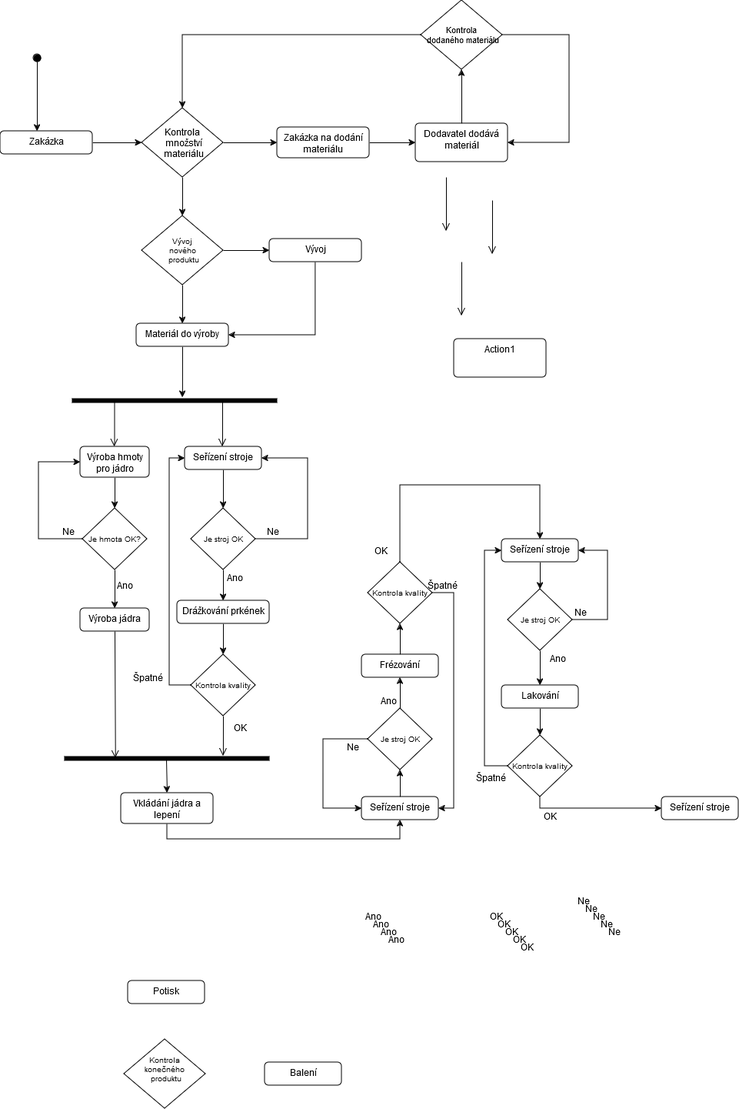
Above: SW_ING/Tuzka_Aktivity.png in KarelMasa/pg (draw.io), before the change. Source tidied: cells renumbered, new cells last; positions are measured from the earlier drawing's top-left corner, leaving out a move shared by most shapes.
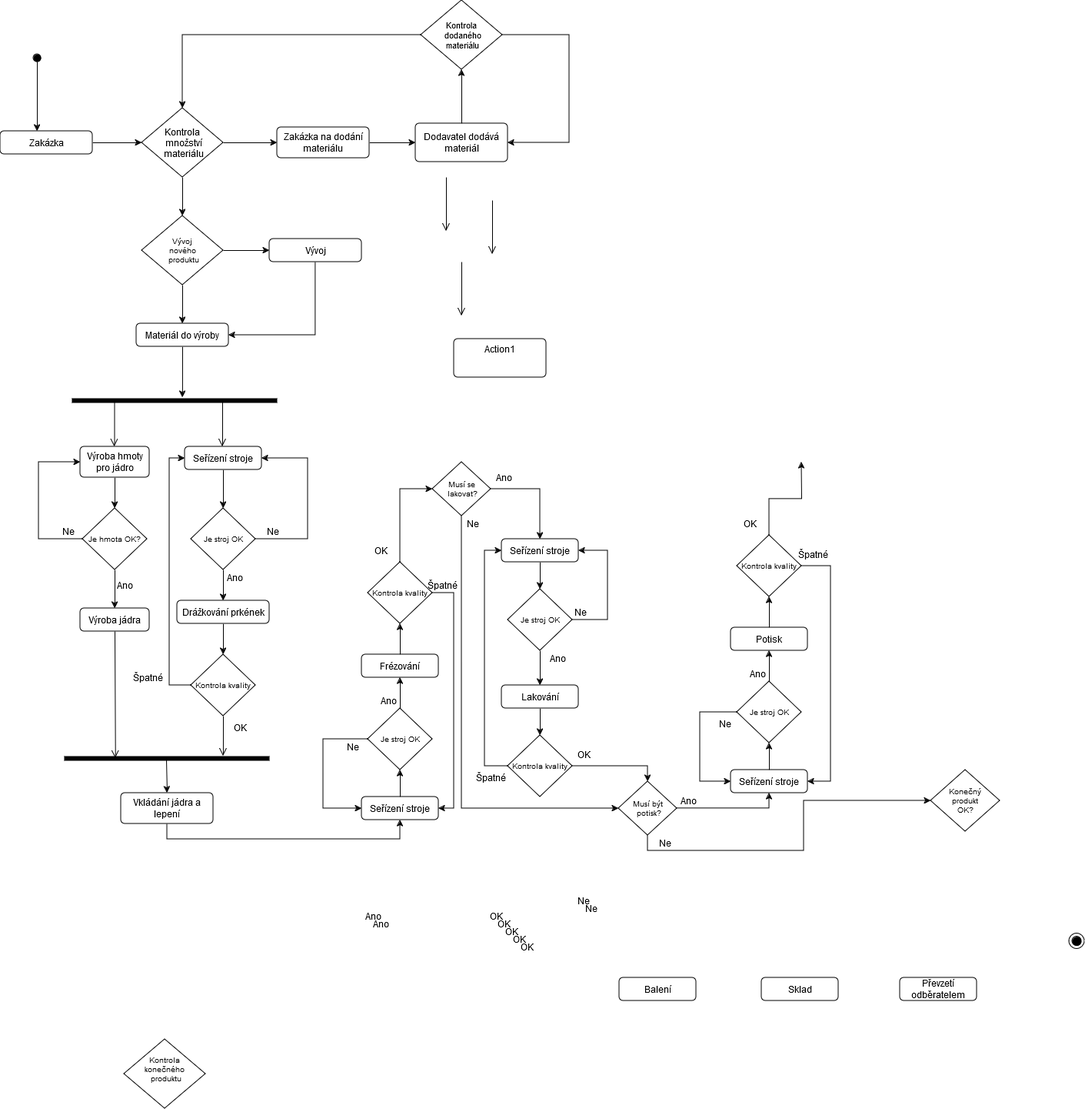
The same diagram one commit later.

What changed in the source:
```diff
@@ -7,3 +7,3 @@
     </mxCell>
-    <mxCell id="3" value="Zakázka" style="html=1;align=center;verticalAlign=top;rounded=1;absoluteArcSize=1;arcSize=10;dashed=0;whiteSpace=wrap;" parent="1" vertex="1">
+    <mxCell id="3" value="Zakázka" style="html=1;align=center;verticalAlign=middle;rounded=1;absoluteArcSize=1;arcSize=10;dashed=0;whiteSpace=wrap;" parent="1" vertex="1">
       <mxGeometry y="170" width="120" height="30" as="geometry" />
@@ -13,3 +13,3 @@
     </mxCell>
-    <mxCell id="5" value="Dodavatel dodává materiál" style="html=1;align=center;verticalAlign=top;rounded=1;absoluteArcSize=1;arcSize=10;dashed=0;whiteSpace=wrap;" parent="1" vertex="1">
+    <mxCell id="5" value="Dodavatel dodává materiál" style="html=1;align=center;verticalAlign=middle;rounded=1;absoluteArcSize=1;arcSize=10;dashed=0;whiteSpace=wrap;" parent="1" vertex="1">
       <mxGeometry x="540" y="160" width="120" height="50" as="geometry" />
@@ -19,3 +19,3 @@
     </mxCell>
-    <mxCell id="7" value="Zakázka na dodání materiálu" style="html=1;align=center;verticalAlign=top;rounded=1;absoluteArcSize=1;arcSize=10;dashed=0;whiteSpace=wrap;" parent="1" vertex="1">
+    <mxCell id="7" value="Zakázka na dodání materiálu" style="html=1;align=center;verticalAlign=middle;rounded=1;absoluteArcSize=1;arcSize=10;dashed=0;whiteSpace=wrap;" parent="1" vertex="1">
       <mxGeometry x="360" y="165" width="120" height="40" as="geometry" />
@@ -25,3 +25,3 @@
     </mxCell>
-    <mxCell id="9" value="Materiál do výroby" style="html=1;align=center;verticalAlign=top;rounded=1;absoluteArcSize=1;arcSize=10;dashed=0;whiteSpace=wrap;" parent="1" vertex="1">
+    <mxCell id="9" value="Materiál do výroby" style="html=1;align=center;verticalAlign=middle;rounded=1;absoluteArcSize=1;arcSize=10;dashed=0;whiteSpace=wrap;" parent="1" vertex="1">
       <mxGeometry x="177" y="420" width="120" height="30" as="geometry" />
@@ -35,3 +35,3 @@
     </mxCell>
-    <mxCell id="11" value="Vývoj" style="html=1;align=center;verticalAlign=top;rounded=1;absoluteArcSize=1;arcSize=10;dashed=0;whiteSpace=wrap;" parent="1" vertex="1">
+    <mxCell id="11" value="Vývoj" style="html=1;align=center;verticalAlign=middle;rounded=1;absoluteArcSize=1;arcSize=10;dashed=0;whiteSpace=wrap;" parent="1" vertex="1">
       <mxGeometry x="350" y="310" width="120" height="30" as="geometry" />
@@ -41,3 +41,3 @@
     </mxCell>
-    <mxCell id="13" value="Vkládání jádra a lepení" style="html=1;align=center;verticalAlign=top;rounded=1;absoluteArcSize=1;arcSize=10;dashed=0;whiteSpace=wrap;" parent="1" vertex="1">
+    <mxCell id="13" value="Vkládání jádra a lepení" style="html=1;align=center;verticalAlign=middle;rounded=1;absoluteArcSize=1;arcSize=10;dashed=0;whiteSpace=wrap;" parent="1" vertex="1">
       <mxGeometry x="157" y="1030" width="120" height="40" as="geometry" />
@@ -63,3 +63,3 @@
     </mxCell>
-    <mxCell id="19" value="Kontrola&#10; dodaného materiálu" style="rhombus;fontSize=11;" parent="1" vertex="1">
+    <mxCell id="19" value="Kontrola&#10; dodaného&#10; materiálu" style="rhombus;fontSize=11;" parent="1" vertex="1">
       <mxGeometry x="547" width="106" height="90" as="geometry" />
@@ -105,6 +105,6 @@
     </mxCell>
-    <mxCell id="30" value="Drážkování prkének" style="html=1;align=center;verticalAlign=top;rounded=1;absoluteArcSize=1;arcSize=10;dashed=0;whiteSpace=wrap;" parent="1" vertex="1">
+    <mxCell id="30" value="Drážkování prkének" style="html=1;align=center;verticalAlign=middle;rounded=1;absoluteArcSize=1;arcSize=10;dashed=0;whiteSpace=wrap;" parent="1" vertex="1">
       <mxGeometry x="230" y="780" width="120" height="30" as="geometry" />
     </mxCell>
-    <mxCell id="31" value="Výroba jádra" style="html=1;align=center;verticalAlign=top;rounded=1;absoluteArcSize=1;arcSize=10;dashed=0;whiteSpace=wrap;" parent="1" vertex="1">
+    <mxCell id="31" value="Výroba jádra" style="html=1;align=center;verticalAlign=middle;rounded=1;absoluteArcSize=1;arcSize=10;dashed=0;whiteSpace=wrap;" parent="1" vertex="1">
       <mxGeometry x="104" y="790" width="90" height="30" as="geometry" />
@@ -117,3 +117,3 @@
     </mxCell>
-    <mxCell id="34" value="Frézování" style="html=1;align=center;verticalAlign=top;rounded=1;absoluteArcSize=1;arcSize=10;dashed=0;whiteSpace=wrap;" parent="1" vertex="1">
+    <mxCell id="34" value="Frézování" style="html=1;align=center;verticalAlign=middle;rounded=1;absoluteArcSize=1;arcSize=10;dashed=0;whiteSpace=wrap;" parent="1" vertex="1">
       <mxGeometry x="470" y="850" width="100" height="30" as="geometry" />
@@ -141,10 +141,7 @@
     </mxCell>
-    <mxCell id="41" value="Lakování" style="html=1;align=center;verticalAlign=top;rounded=1;absoluteArcSize=1;arcSize=10;dashed=0;whiteSpace=wrap;" parent="1" vertex="1">
+    <mxCell id="41" value="Lakování" style="html=1;align=center;verticalAlign=middle;rounded=1;absoluteArcSize=1;arcSize=10;dashed=0;whiteSpace=wrap;" parent="1" vertex="1">
       <mxGeometry x="652" y="890" width="100" height="30" as="geometry" />
     </mxCell>
-    <mxCell id="42" value="Potisk" style="html=1;align=center;verticalAlign=top;rounded=1;absoluteArcSize=1;arcSize=10;dashed=0;whiteSpace=wrap;" parent="1" vertex="1">
-      <mxGeometry x="166" y="1274" width="100" height="30" as="geometry" />
-    </mxCell>
-    <mxCell id="43" value="Balení" style="html=1;align=center;verticalAlign=top;rounded=1;absoluteArcSize=1;arcSize=10;dashed=0;whiteSpace=wrap;" parent="1" vertex="1">
-      <mxGeometry x="344" y="1380" width="100" height="30" as="geometry" />
+    <mxCell id="43" value="Sklad" style="html=1;align=center;verticalAlign=middle;rounded=1;absoluteArcSize=1;arcSize=10;dashed=0;whiteSpace=wrap;" parent="1" vertex="1">
+      <mxGeometry x="990" y="1270" width="100" height="30" as="geometry" />
     </mxCell>
@@ -156,3 +153,3 @@
     </mxCell>
-    <mxCell id="46" value="Výroba hmoty pro jádro" style="html=1;align=center;verticalAlign=top;rounded=1;absoluteArcSize=1;arcSize=10;dashed=0;whiteSpace=wrap;" parent="1" vertex="1">
+    <mxCell id="46" value="Výroba hmoty pro jádro" style="html=1;align=center;verticalAlign=middle;rounded=1;absoluteArcSize=1;arcSize=10;dashed=0;whiteSpace=wrap;" parent="1" vertex="1">
       <mxGeometry x="104" y="580" width="90" height="40" as="geometry" />
@@ -187,3 +184,3 @@
     </mxCell>
-    <mxCell id="54" value="Seřízení stroje" style="html=1;align=center;verticalAlign=top;rounded=1;absoluteArcSize=1;arcSize=10;dashed=0;whiteSpace=wrap;" parent="1" vertex="1">
+    <mxCell id="54" value="Seřízení stroje" style="html=1;align=center;verticalAlign=middle;rounded=1;absoluteArcSize=1;arcSize=10;dashed=0;whiteSpace=wrap;" parent="1" vertex="1">
       <mxGeometry x="240" y="580" width="100" height="30" as="geometry" />
@@ -229,3 +226,3 @@
     </mxCell>
-    <mxCell id="65" value="Seřízení stroje" style="html=1;align=center;verticalAlign=top;rounded=1;absoluteArcSize=1;arcSize=10;dashed=0;whiteSpace=wrap;" parent="1" vertex="1">
+    <mxCell id="65" value="Seřízení stroje" style="html=1;align=center;verticalAlign=middle;rounded=1;absoluteArcSize=1;arcSize=10;dashed=0;whiteSpace=wrap;" parent="1" vertex="1">
       <mxGeometry x="470" y="1035" width="100" height="30" as="geometry" />
@@ -245,10 +242,2 @@
     </mxCell>
-    <mxCell id="69" style="edgeStyle=orthogonalEdgeStyle;rounded=0;jettySize=auto;html=1;entryX=0.5;entryY=0;entryDx=0;entryDy=0;exitX=0.5;exitY=0;exitDx=0;exitDy=0;" parent="1" edge="1" source="71" target="76">
-      <mxGeometry relative="1" as="geometry">
-        <Array as="points">
-          <mxPoint x="520" y="630" />
-          <mxPoint x="702" y="630" />
-        </Array>
-      </mxGeometry>
-    </mxCell>
     <mxCell id="70" style="edgeStyle=elbowEdgeStyle;rounded=0;jettySize=auto;html=1;entryX=1;entryY=0.5;entryDx=0;entryDy=0;" parent="1" edge="1" source="71" target="65">
@@ -260,2 +249,5 @@
     </mxCell>
+    <mxCell id="103" style="edgeStyle=orthogonalEdgeStyle;rounded=0;jettySize=auto;html=1;entryX=0;entryY=0.5;entryDx=0;entryDy=0;" parent="1" edge="1" source="71" target="108">
+      <mxGeometry relative="1" as="geometry" />
+    </mxCell>
     <mxCell id="71" value="Kontrola kvality" style="rhombus;fontSize=10;" parent="1" vertex="1">
@@ -279,12 +271,5 @@
     </mxCell>
-    <mxCell id="76" value="Seřízení stroje" style="html=1;align=center;verticalAlign=top;rounded=1;absoluteArcSize=1;arcSize=10;dashed=0;whiteSpace=wrap;" parent="1" vertex="1">
+    <mxCell id="76" value="Seřízení stroje" style="html=1;align=center;verticalAlign=middle;rounded=1;absoluteArcSize=1;arcSize=10;dashed=0;whiteSpace=wrap;" parent="1" vertex="1">
       <mxGeometry x="652" y="700" width="100" height="30" as="geometry" />
     </mxCell>
-    <mxCell id="77" style="edgeStyle=orthogonalEdgeStyle;rounded=0;jettySize=auto;html=1;entryX=0;entryY=0.5;entryDx=0;entryDy=0;exitX=0.5;exitY=1;exitDx=0;exitDy=0;" parent="1" edge="1" source="79" target="89">
-      <mxGeometry relative="1" as="geometry">
-        <Array as="points">
-          <mxPoint x="702" y="1050" />
-        </Array>
-      </mxGeometry>
-    </mxCell>
     <mxCell id="78" style="edgeStyle=elbowEdgeStyle;rounded=0;jettySize=auto;html=1;entryX=0;entryY=0.5;entryDx=0;entryDy=0;" parent="1" edge="1" source="79" target="76">
@@ -296,2 +281,5 @@
     </mxCell>
+    <mxCell id="104" style="edgeStyle=orthogonalEdgeStyle;rounded=0;jettySize=auto;html=1;entryX=0.5;entryY=0;entryDx=0;entryDy=0;" parent="1" edge="1" source="79" target="111">
+      <mxGeometry relative="1" as="geometry" />
+    </mxCell>
     <mxCell id="79" value="Kontrola kvality" style="rhombus;fontSize=10;" parent="1" vertex="1">
@@ -315,6 +303,6 @@
     <mxCell id="85" value="Ano" style="text;strokeColor=none;align=center;fillColor=none;html=1;verticalAlign=middle;whiteSpace=wrap;rounded=0;" parent="1" vertex="1">
-      <mxGeometry x="490" y="1200" width="30" height="20" as="geometry" />
+      <mxGeometry x="880" y="1030" width="30" height="20" as="geometry" />
     </mxCell>
     <mxCell id="86" value="Ano" style="text;strokeColor=none;align=center;fillColor=none;html=1;verticalAlign=middle;whiteSpace=wrap;rounded=0;" parent="1" vertex="1">
-      <mxGeometry x="500" y="1210" width="30" height="20" as="geometry" />
+      <mxGeometry x="640" y="610" width="30" height="20" as="geometry" />
     </mxCell>
@@ -326,4 +314,7 @@
     </mxCell>
+    <mxCell id="105" style="rounded=0;jettySize=auto;html=1;entryX=0.5;entryY=1;entryDx=0;entryDy=0;" parent="1" edge="1" source="89" target="115">
+      <mxGeometry relative="1" as="geometry" />
+    </mxCell>
-    <mxCell id="89" value="Seřízení stroje" style="html=1;align=center;verticalAlign=top;rounded=1;absoluteArcSize=1;arcSize=10;dashed=0;whiteSpace=wrap;" parent="1" vertex="1">
-      <mxGeometry x="860" y="1035" width="100" height="30" as="geometry" />
+    <mxCell id="89" value="Seřízení stroje" style="html=1;align=center;verticalAlign=middle;rounded=1;absoluteArcSize=1;arcSize=10;dashed=0;whiteSpace=wrap;" parent="1" vertex="1">
+      <mxGeometry x="950" y="1000" width="100" height="30" as="geometry" />
     </mxCell>
@@ -345,3 +336,3 @@
     <mxCell id="95" value="OK" style="text;strokeColor=none;align=center;fillColor=none;html=1;verticalAlign=middle;whiteSpace=wrap;rounded=0;" parent="1" vertex="1">
-      <mxGeometry x="700" y="1050" width="30" height="20" as="geometry" />
+      <mxGeometry x="744" y="970" width="30" height="20" as="geometry" />
     </mxCell>
@@ -354,9 +345,9 @@
     <mxCell id="98" value="Ne" style="text;strokeColor=none;align=center;fillColor=none;html=1;verticalAlign=middle;whiteSpace=wrap;rounded=0;" parent="1" vertex="1">
-      <mxGeometry x="764" y="1180" width="30" height="20" as="geometry" />
+      <mxGeometry x="850" y="1085" width="30" height="20" as="geometry" />
     </mxCell>
     <mxCell id="99" value="Ne" style="text;strokeColor=none;align=center;fillColor=none;html=1;verticalAlign=middle;whiteSpace=wrap;rounded=0;" parent="1" vertex="1">
-      <mxGeometry x="774" y="1190" width="30" height="20" as="geometry" />
+      <mxGeometry x="928" y="930" width="30" height="20" as="geometry" />
     </mxCell>
     <mxCell id="100" value="Ne" style="text;strokeColor=none;align=center;fillColor=none;html=1;verticalAlign=middle;whiteSpace=wrap;rounded=0;" parent="1" vertex="1">
-      <mxGeometry x="784" y="1200" width="30" height="20" as="geometry" />
+      <mxGeometry x="600" y="670" width="30" height="20" as="geometry" />
     </mxCell>
@@ -368,2 +359,80 @@
     </mxCell>
+    <mxCell id="106" style="edgeStyle=orthogonalEdgeStyle;rounded=0;jettySize=auto;html=1;entryX=0.5;entryY=0;entryDx=0;entryDy=0;" parent="1" edge="1" source="108" target="76">
+      <mxGeometry relative="1" as="geometry" />
+    </mxCell>
+    <mxCell id="107" style="edgeStyle=orthogonalEdgeStyle;rounded=0;jettySize=auto;html=1;entryX=0;entryY=0.5;entryDx=0;entryDy=0;exitX=0.5;exitY=1;exitDx=0;exitDy=0;" parent="1" edge="1" source="108" target="111">
+      <mxGeometry relative="1" as="geometry">
+        <Array as="points">
+          <mxPoint x="600" y="670" />
+          <mxPoint x="600" y="1050" />
+        </Array>
+      </mxGeometry>
+    </mxCell>
+    <mxCell id="108" value="Musí se&#10; lakovat?" style="rhombus;fontSize=10;" parent="1" vertex="1">
+      <mxGeometry x="562" y="600" width="76" height="70" as="geometry" />
+    </mxCell>
+    <mxCell id="109" style="edgeStyle=orthogonalEdgeStyle;rounded=0;jettySize=auto;html=1;entryX=0.5;entryY=1;entryDx=0;entryDy=0;" parent="1" edge="1" source="111" target="89">
+      <mxGeometry relative="1" as="geometry" />
+    </mxCell>
+    <mxCell id="110" style="edgeStyle=orthogonalEdgeStyle;rounded=0;jettySize=auto;html=1;elbow=vertical;exitX=0.5;exitY=1;exitDx=0;exitDy=0;" parent="1" edge="1" source="111" target="122">
+      <mxGeometry relative="1" as="geometry" />
+    </mxCell>
+    <mxCell id="111" value="Musí být&#10; potisk?" style="rhombus;fontSize=10;" parent="1" vertex="1">
+      <mxGeometry x="804" y="1015" width="76" height="70" as="geometry" />
+    </mxCell>
+    <mxCell id="112" style="rounded=0;jettySize=auto;html=1;" parent="1" edge="1" source="42" target="118">
+      <mxGeometry relative="1" as="geometry" />
+    </mxCell>
+    <mxCell id="42" value="Potisk" style="html=1;align=center;verticalAlign=middle;rounded=1;absoluteArcSize=1;arcSize=10;dashed=0;whiteSpace=wrap;" parent="1" vertex="1">
+      <mxGeometry x="950" y="815" width="100" height="30" as="geometry" />
+    </mxCell>
+    <mxCell id="113" style="rounded=0;jettySize=auto;html=1;entryX=0.5;entryY=1;entryDx=0;entryDy=0;" parent="1" edge="1" source="115" target="42">
+      <mxGeometry relative="1" as="geometry" />
+    </mxCell>
+    <mxCell id="114" style="edgeStyle=elbowEdgeStyle;rounded=0;jettySize=auto;html=1;entryX=0;entryY=0.5;entryDx=0;entryDy=0;" parent="1" edge="1" source="115" target="89">
+      <mxGeometry relative="1" as="geometry">
+        <Array as="points">
+          <mxPoint x="910" y="970" />
+        </Array>
+      </mxGeometry>
+    </mxCell>
+    <mxCell id="115" value="Je stroj OK" style="rhombus;fontSize=10;" parent="1" vertex="1">
+      <mxGeometry x="958" y="885" width="84" height="80" as="geometry" />
+    </mxCell>
+    <mxCell id="116" style="edgeStyle=orthogonalEdgeStyle;rounded=0;jettySize=auto;html=1;entryX=0;entryY=0.5;entryDx=0;entryDy=0;" parent="1" edge="1" source="118">
+      <mxGeometry relative="1" as="geometry">
+        <mxPoint x="1042" y="600" as="targetPoint" />
+      </mxGeometry>
+    </mxCell>
+    <mxCell id="117" style="edgeStyle=elbowEdgeStyle;rounded=0;jettySize=auto;html=1;entryX=1;entryY=0.5;entryDx=0;entryDy=0;" parent="1" edge="1" source="118" target="89">
+      <mxGeometry relative="1" as="geometry">
+        <Array as="points">
+          <mxPoint x="1080" y="870" />
+        </Array>
+      </mxGeometry>
+    </mxCell>
+    <mxCell id="118" value="Kontrola kvality" style="rhombus;fontSize=10;" parent="1" vertex="1">
+      <mxGeometry x="958" y="695" width="84" height="80" as="geometry" />
+    </mxCell>
+    <mxCell id="119" value="OK" style="text;strokeColor=none;align=center;fillColor=none;html=1;verticalAlign=middle;whiteSpace=wrap;rounded=0;" parent="1" vertex="1">
+      <mxGeometry x="960" y="670" width="30" height="20" as="geometry" />
+    </mxCell>
+    <mxCell id="120" value="Ano" style="text;strokeColor=none;align=center;fillColor=none;html=1;verticalAlign=middle;whiteSpace=wrap;rounded=0;" parent="1" vertex="1">
+      <mxGeometry x="970" y="865" width="30" height="20" as="geometry" />
+    </mxCell>
+    <mxCell id="121" value="Špatné" style="text;strokeColor=none;align=center;fillColor=none;html=1;verticalAlign=middle;whiteSpace=wrap;rounded=0;" parent="1" vertex="1">
+      <mxGeometry x="1042" y="710" width="30" height="20" as="geometry" />
+    </mxCell>
+    <mxCell id="122" value="Konečný&#10;produkt&#10;OK?" style="rhombus;fontSize=10;verticalAlign=middle;" parent="1" vertex="1">
+      <mxGeometry x="1210" y="1000" width="90" height="80" as="geometry" />
+    </mxCell>
+    <mxCell id="123" value="Balení" style="html=1;align=center;verticalAlign=middle;rounded=1;absoluteArcSize=1;arcSize=10;dashed=0;whiteSpace=wrap;" parent="1" vertex="1">
+      <mxGeometry x="805" y="1270" width="100" height="30" as="geometry" />
+    </mxCell>
+    <mxCell id="124" value="Převzetí odběratelem" style="html=1;align=center;verticalAlign=middle;rounded=1;absoluteArcSize=1;arcSize=10;dashed=0;whiteSpace=wrap;" parent="1" vertex="1">
+      <mxGeometry x="1170" y="1270" width="100" height="30" as="geometry" />
+    </mxCell>
+    <mxCell id="125" style="ellipse;html=1;shape=endState;fillColor=strokeColor;" parent="1" vertex="1">
+      <mxGeometry x="1390" y="1212.5" width="20" height="20" as="geometry" />
+    </mxCell>
   </root>
```
